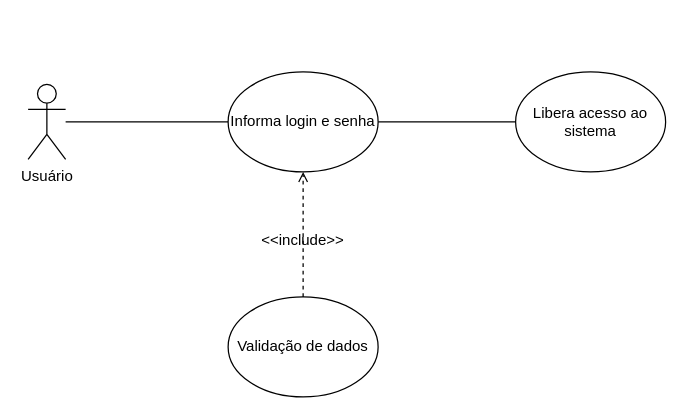
Above: documentation/diagrams/use_case/uc001.drawio in augustocesarsousa/ecommerce (draw.io), before the change. Source tidied: cells renumbered, new cells numbered last; positions are measured from the earlier drawing's top-left corner, leaving out a move shared by most shapes. Both pictures are drawn from the tidied source at 125%, with x=0, y=0 at pixel (28, 71).
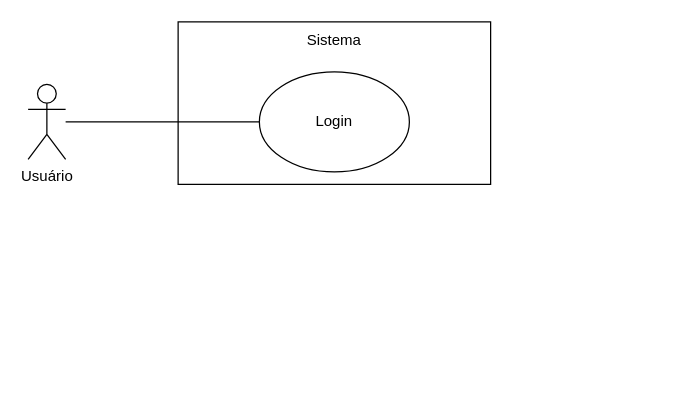
Above is the later version.

Diff of the diagram source:
```diff
@@
 <mxGraphModel>
   <root>
     <mxCell id="0" />
     <mxCell id="1" parent="0" />
-    <mxCell id="2" style="edgeStyle=orthogonalEdgeStyle;rounded=0;jettySize=auto;html=1;endArrow=none;endFill=0;" parent="1" edge="1" source="3" target="5">
+    <mxCell id="2" style="edgeStyle=orthogonalEdgeStyle;rounded=0;jettySize=auto;html=1;entryX=0;entryY=0.5;entryDx=0;entryDy=0;endArrow=none;endFill=0;" parent="1" edge="1" source="3" target="5">
       <mxGeometry relative="1" as="geometry" />
     </mxCell>
     <mxCell id="3" value="Usuário" style="shape=umlActor;verticalLabelPosition=bottom;verticalAlign=top;html=1;outlineConnect=0;" parent="1" vertex="1">
       <mxGeometry y="10" width="30" height="60" as="geometry" />
     </mxCell>
-    <mxCell id="4" style="edgeStyle=orthogonalEdgeStyle;rounded=0;jettySize=auto;html=1;endArrow=none;endFill=0;" parent="1" edge="1" source="5" target="8">
-      <mxGeometry relative="1" as="geometry" />
-    </mxCell>
+    <mxCell id="10" style="group;" parent="1" vertex="1">
+      <mxGeometry x="120" y="-40" width="250" height="130" as="geometry" />
+    </mxCell>
+    <mxCell id="11" style="rounded=0;whiteSpace=wrap;html=1;fillColor=none;" parent="10" vertex="1">
+      <mxGeometry width="250" height="130" as="geometry" />
+    </mxCell>
-    <mxCell id="5" value="Informa login e senha" style="ellipse;whiteSpace=wrap;html=1;" parent="1" vertex="1">
-      <mxGeometry x="160" width="120" height="80" as="geometry" />
+    <mxCell id="5" value="Login" style="ellipse;whiteSpace=wrap;html=1;" parent="10" vertex="1">
+      <mxGeometry x="65" y="40" width="120" height="80" as="geometry" />
     </mxCell>
-    <mxCell id="6" style="edgeStyle=orthogonalEdgeStyle;rounded=0;jettySize=auto;html=1;dashed=1;endArrow=open;endFill=0;" parent="1" edge="1" source="7" target="5">
-      <mxGeometry relative="1" as="geometry" />
-    </mxCell>
-    <mxCell id="7" value="Validação de dados" style="ellipse;whiteSpace=wrap;html=1;" parent="1" vertex="1">
-      <mxGeometry x="160" y="180" width="120" height="80" as="geometry" />
-    </mxCell>
-    <mxCell id="8" value="Libera acesso ao sistema" style="ellipse;whiteSpace=wrap;html=1;" parent="1" vertex="1">
-      <mxGeometry x="390" width="120" height="80" as="geometry" />
-    </mxCell>
-    <mxCell id="9" value="&amp;lt;&amp;lt;include&amp;gt;&amp;gt;" style="text;html=1;align=center;verticalAlign=middle;whiteSpace=wrap;rounded=0;" parent="1" vertex="1">
-      <mxGeometry x="190" y="120" width="60" height="30" as="geometry" />
-    </mxCell>
+    <mxCell id="12" value="Sistema" style="text;html=1;align=center;verticalAlign=middle;whiteSpace=wrap;rounded=0;" parent="10" vertex="1">
+      <mxGeometry x="95" width="60" height="30" as="geometry" />
+    </mxCell>
   </root>
 </mxGraphModel>
```
